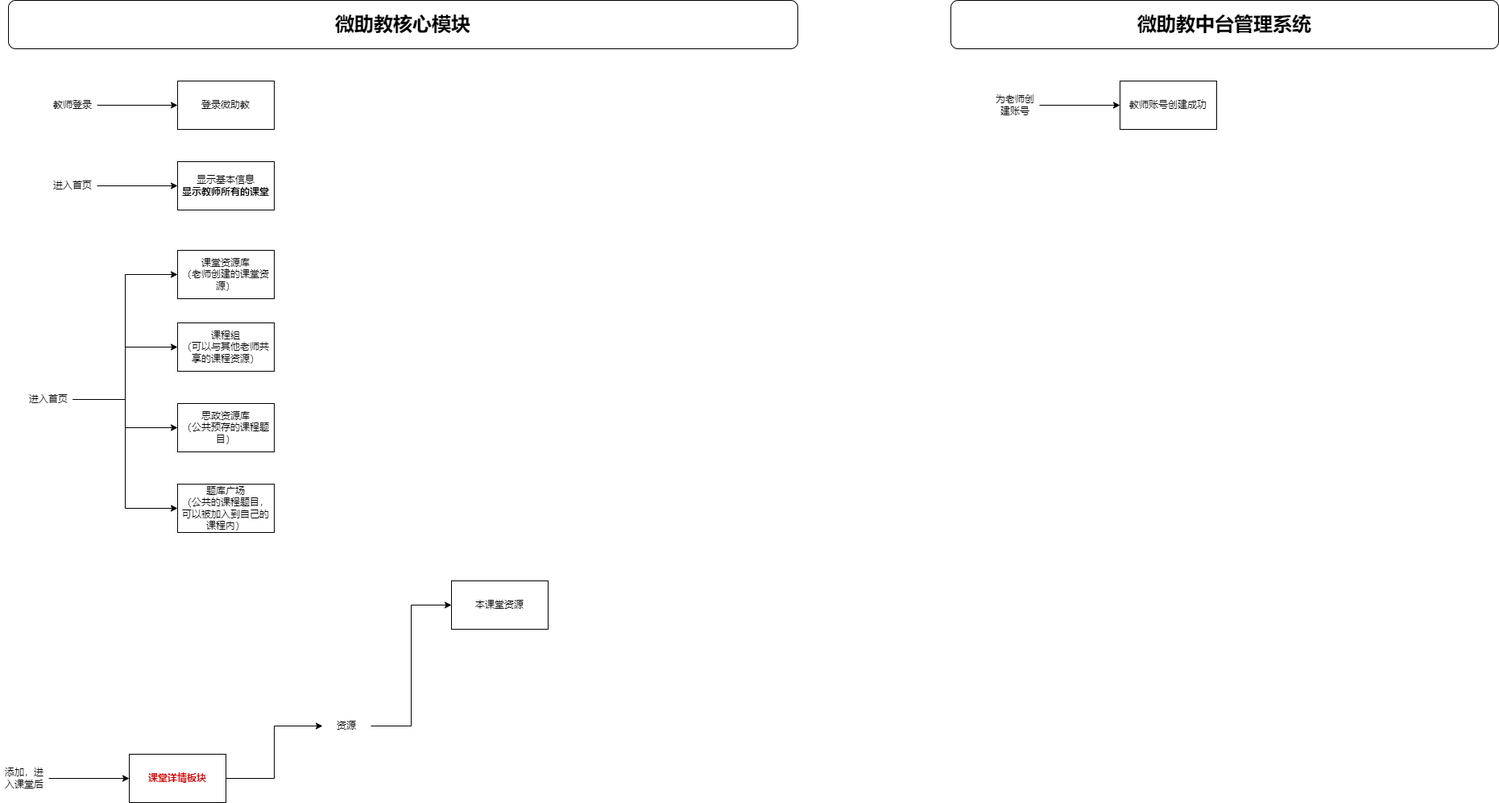
Above: 微助教项目.drawio.png in JYbill/draw (draw.io), before the change. Source tidied: cells renumbered, new cells last; positions are measured from the earlier drawing's top-left corner, leaving out a move shared by most shapes.
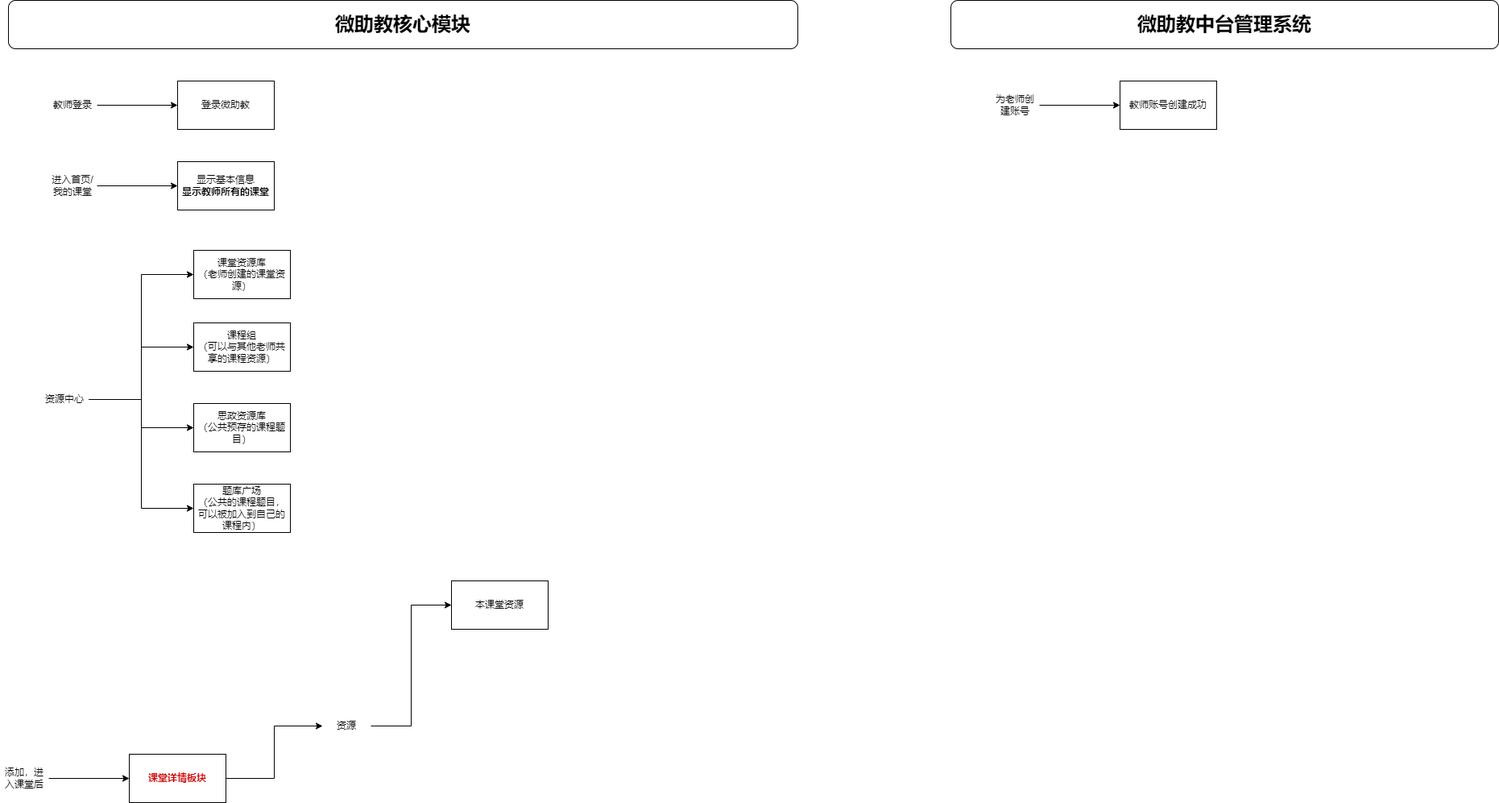
After the commit.

Commit message:
更新微助教项目.drawio.png

The edit, as a diff of the source:
```diff
@@ -20,7 +20,7 @@
     <mxCell id="7" style="edgeStyle=orthogonalEdgeStyle;rounded=0;jettySize=auto;html=1;exitX=1;exitY=0.5;exitDx=0;exitDy=0;entryX=0;entryY=0.5;entryDx=0;entryDy=0;" parent="1" edge="1" source="8" target="6">
       <mxGeometry relative="1" as="geometry" />
     </mxCell>
-    <mxCell id="8" value="进入首页" style="text;html=1;align=center;verticalAlign=middle;whiteSpace=wrap;rounded=0;" parent="1" vertex="1">
+    <mxCell id="8" value="进入首页/我的课堂" style="text;html=1;align=center;verticalAlign=middle;whiteSpace=wrap;rounded=0;" parent="1" vertex="1">
       <mxGeometry x="60" y="215" width="60" height="30" as="geometry" />
     </mxCell>
     <mxCell id="9" value="&lt;b&gt;&lt;font style=&quot;font-size: 24px;&quot;&gt;微助教中台管理系统&lt;/font&gt;&lt;/b&gt;" style="rounded=1;whiteSpace=wrap;html=1;" parent="1" vertex="1">
@@ -68,20 +68,20 @@
     <mxCell id="23" style="edgeStyle=orthogonalEdgeStyle;rounded=0;jettySize=auto;html=1;exitX=1;exitY=0.5;exitDx=0;exitDy=0;entryX=0;entryY=0.5;entryDx=0;entryDy=0;" parent="1" edge="1" source="24" target="28">
       <mxGeometry relative="1" as="geometry" />
     </mxCell>
-    <mxCell id="24" value="进入首页" style="text;html=1;align=center;verticalAlign=middle;whiteSpace=wrap;rounded=0;" parent="1" vertex="1">
-      <mxGeometry x="30" y="480" width="60" height="30" as="geometry" />
+    <mxCell id="24" value="资源中心" style="text;html=1;align=center;verticalAlign=middle;whiteSpace=wrap;rounded=0;" parent="1" vertex="1">
+      <mxGeometry x="50" y="480" width="60" height="30" as="geometry" />
     </mxCell>
     <mxCell id="25" value="课堂资源库&lt;div&gt;（老师创建的课堂资源&lt;span style=&quot;background-color: initial;&quot;&gt;）&lt;/span&gt;&lt;/div&gt;" style="rounded=0;whiteSpace=wrap;html=1;" parent="1" vertex="1">
-      <mxGeometry x="220" y="310" width="120" height="60" as="geometry" />
+      <mxGeometry x="240" y="310" width="120" height="60" as="geometry" />
     </mxCell>
     <mxCell id="26" value="课程组&lt;div&gt;（可以与其他老师共享的课程资源）&lt;/div&gt;" style="rounded=0;whiteSpace=wrap;html=1;" parent="1" vertex="1">
-      <mxGeometry x="220" y="400" width="120" height="60" as="geometry" />
+      <mxGeometry x="240" y="400" width="120" height="60" as="geometry" />
     </mxCell>
     <mxCell id="27" value="思政资源库&lt;div&gt;（公共预存的课程题目）&lt;/div&gt;" style="rounded=0;whiteSpace=wrap;html=1;" parent="1" vertex="1">
-      <mxGeometry x="220" y="500" width="120" height="60" as="geometry" />
+      <mxGeometry x="240" y="500" width="120" height="60" as="geometry" />
     </mxCell>
     <mxCell id="28" value="题库广场&lt;br&gt;（公共的课程题目，可以被加入到自己的课程内）" style="rounded=0;whiteSpace=wrap;html=1;" parent="1" vertex="1">
-      <mxGeometry x="220" y="600" width="120" height="60" as="geometry" />
+      <mxGeometry x="240" y="600" width="120" height="60" as="geometry" />
     </mxCell>
   </root>
 </mxGraphModel>
```
